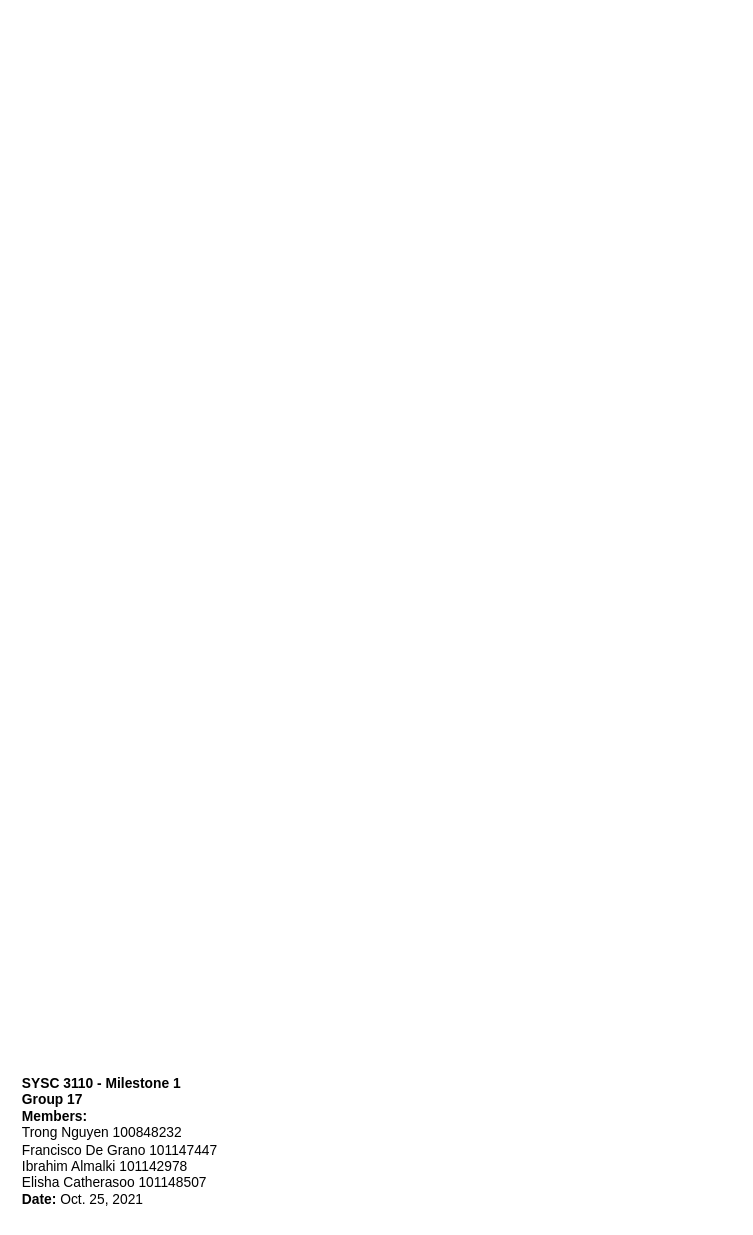
Earlier version of the draw.io diagram page "SequenceUML_2" (3 of 5) of M1_ClassUML.drawio (trong0dn/monopoly). Source tidied: cells renumbered, new cells numbered last; positions are measured from the earlier drawing's top-left corner, leaving out a move shared by most shapes. Both pictures are drawn from the tidied source at 115%, with x=0, y=0 at pixel (20, 1066).
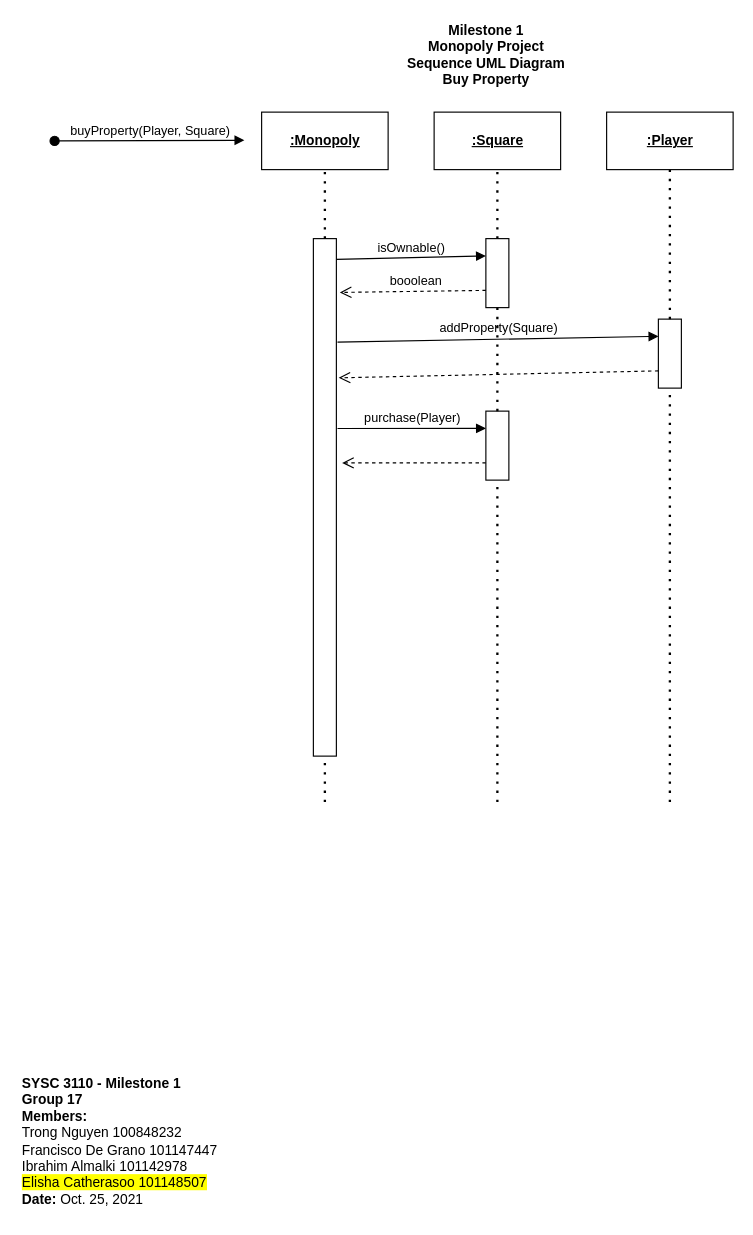
Above is the later version.

What changed in the source:
```diff
@@
-    <mxCell id="2" value="&lt;b&gt;SYSC 3110 - Milestone 1&lt;/b&gt;&lt;br&gt;&lt;b&gt;Group 17&lt;/b&gt;&lt;br&gt;&lt;b&gt;Members:&lt;/b&gt;&lt;br&gt;Trong Nguyen 100848232 &lt;br&gt;Francisco De Grano 101147447 &lt;br&gt;Ibrahim Almalki 101142978 &lt;br&gt;Elisha Catherasoo 101148507&lt;br&gt;&lt;b&gt;Date: &lt;/b&gt;Oct. 25, 2021" style="text;html=1;strokeColor=none;fillColor=none;align=left;verticalAlign=middle;whiteSpace=wrap;rounded=0;" parent="1" vertex="1">
+    <mxCell id="2" value="&lt;b&gt;SYSC 3110 - Milestone 1&lt;/b&gt;&lt;br&gt;&lt;b&gt;Group 17&lt;/b&gt;&lt;br&gt;&lt;b&gt;Members:&lt;/b&gt;&lt;br&gt;Trong Nguyen 100848232 &lt;br&gt;Francisco De Grano 101147447 &lt;br&gt;Ibrahim Almalki 101142978 &lt;br&gt;&lt;span style=&quot;background-color: rgb(255 , 255 , 0)&quot;&gt;Elisha Catherasoo 101148507&lt;/span&gt;&lt;br&gt;&lt;b&gt;Date: &lt;/b&gt;Oct. 25, 2021" style="text;html=1;strokeColor=none;fillColor=none;align=left;verticalAlign=middle;whiteSpace=wrap;rounded=0;" parent="1" vertex="1">
       <mxGeometry width="200" height="130" as="geometry" />
     </mxCell>
+    <mxCell id="3" value="&lt;b&gt;Milestone 1&lt;br&gt;Monopoly Project&lt;br&gt;Sequence UML Diagram&lt;br&gt;Buy Property&lt;br&gt;&lt;/b&gt;" style="text;html=1;align=center;verticalAlign=middle;strokeColor=none;fillColor=none;" parent="1" vertex="1">
+      <mxGeometry x="330" y="-910" width="150" height="60" as="geometry" />
+    </mxCell>
+    <mxCell id="4" value="&lt;b&gt;&lt;u&gt;:Monopoly&lt;/u&gt;&lt;/b&gt;" style="html=1;align=center;" parent="1" vertex="1">
+      <mxGeometry x="210" y="-830" width="110" height="50" as="geometry" />
+    </mxCell>
+    <mxCell id="5" value=":Square" style="html=1;align=center;fontStyle=5;" parent="1" vertex="1">
+      <mxGeometry x="360" y="-830" width="110" height="50" as="geometry" />
+    </mxCell>
+    <mxCell id="6" style="edgeStyle=orthogonalEdgeStyle;rounded=0;jettySize=auto;html=1;strokeColor=none;dashed=1;" parent="1" edge="1" source="7" target="10">
+      <mxGeometry relative="1" as="geometry" />
+    </mxCell>
+    <mxCell id="7" value="&lt;u&gt;&lt;b&gt;:Player&lt;/b&gt;&lt;/u&gt;" style="html=1;align=center;" parent="1" vertex="1">
+      <mxGeometry x="510" y="-830" width="110" height="50" as="geometry" />
+    </mxCell>
+    <mxCell id="8" style="rounded=0;whiteSpace=wrap;html=1;align=left;" parent="1" vertex="1">
+      <mxGeometry x="255" y="-720" width="20" height="450" as="geometry" />
+    </mxCell>
+    <mxCell id="9" value="buyProperty(Player, Square)" style="html=1;verticalAlign=bottom;startArrow=oval;startFill=1;endArrow=block;startSize=8;rounded=0;" parent="1" edge="1">
+      <mxGeometry relative="1" as="geometry">
+        <mxPoint x="30" y="-805" as="sourcePoint" />
+        <mxPoint x="195" y="-805.5" as="targetPoint" />
+      </mxGeometry>
+    </mxCell>
+    <mxCell id="10" style="rounded=0;whiteSpace=wrap;html=1;align=left;" parent="1" vertex="1">
+      <mxGeometry x="555" y="-650" width="20" height="60" as="geometry" />
+    </mxCell>
+    <mxCell id="11" value="addProperty(Square)" style="html=1;verticalAlign=bottom;endArrow=block;rounded=0;entryX=0;entryY=0.25;entryDx=0;entryDy=0;exitX=1.05;exitY=0.2;exitDx=0;exitDy=0;exitPerimeter=0;" parent="1" edge="1" source="8" target="10">
+      <mxGeometry relative="1" as="geometry" />
+    </mxCell>
+    <mxCell id="12" value="&lt;div align=&quot;center&quot;&gt;&lt;br&gt;&lt;/div&gt;" style="html=1;verticalAlign=bottom;endArrow=open;dashed=1;endSize=8;rounded=0;align=left;exitX=0;exitY=0.75;exitDx=0;exitDy=0;entryX=1.1;entryY=0.269;entryDx=0;entryDy=0;entryPerimeter=0;" parent="1" edge="1" source="10" target="8">
+      <mxGeometry relative="1" as="geometry" />
+    </mxCell>
+    <mxCell id="13" style="endArrow=none;dashed=1;html=1;dashPattern=1 3;strokeWidth=2;rounded=0;entryX=0.5;entryY=1;entryDx=0;entryDy=0;" parent="1" edge="1" target="7">
+      <mxGeometry relative="1" as="geometry">
+        <mxPoint x="565" y="-650" as="sourcePoint" />
+      </mxGeometry>
+    </mxCell>
+    <mxCell id="14" style="endArrow=none;dashed=1;html=1;dashPattern=1 3;strokeWidth=2;rounded=0;exitX=0.5;exitY=0;exitDx=0;exitDy=0;entryX=0.5;entryY=1;entryDx=0;entryDy=0;" parent="1" edge="1" source="8" target="4">
+      <mxGeometry relative="1" as="geometry" />
+    </mxCell>
+    <mxCell id="15" style="endArrow=none;dashed=1;html=1;dashPattern=1 3;strokeWidth=2;rounded=0;exitX=0.5;exitY=0;exitDx=0;exitDy=0;entryX=0.5;entryY=1;entryDx=0;entryDy=0;" parent="1" edge="1" source="19" target="5">
+      <mxGeometry relative="1" as="geometry" />
+    </mxCell>
+    <mxCell id="16" value="purchase(Player)" style="html=1;verticalAlign=bottom;endArrow=block;rounded=0;entryX=0;entryY=0.25;entryDx=0;entryDy=0;exitX=1.05;exitY=0.367;exitDx=0;exitDy=0;exitPerimeter=0;" parent="1" edge="1" source="8" target="18">
+      <mxGeometry relative="1" as="geometry" />
+    </mxCell>
+    <mxCell id="17" value="&lt;div align=&quot;center&quot;&gt;&lt;br&gt;&lt;/div&gt;" style="html=1;verticalAlign=bottom;endArrow=open;dashed=1;endSize=8;rounded=0;align=left;exitX=0;exitY=0.75;exitDx=0;exitDy=0;" parent="1" edge="1" source="18">
+      <mxGeometry relative="1" as="geometry">
+        <mxPoint x="280" y="-525" as="targetPoint" />
+      </mxGeometry>
+    </mxCell>
+    <mxCell id="18" style="rounded=0;whiteSpace=wrap;html=1;align=left;" parent="1" vertex="1">
+      <mxGeometry x="405" y="-570" width="20" height="60" as="geometry" />
+    </mxCell>
+    <mxCell id="19" style="rounded=0;whiteSpace=wrap;html=1;align=left;" parent="1" vertex="1">
+      <mxGeometry x="405" y="-720" width="20" height="60" as="geometry" />
+    </mxCell>
+    <mxCell id="20" style="endArrow=none;dashed=1;html=1;dashPattern=1 3;strokeWidth=2;rounded=0;exitX=0.5;exitY=0;exitDx=0;exitDy=0;entryX=0.5;entryY=1;entryDx=0;entryDy=0;" parent="1" edge="1" source="18" target="19">
+      <mxGeometry relative="1" as="geometry" />
+    </mxCell>
+    <mxCell id="21" style="endArrow=none;dashed=1;html=1;dashPattern=1 3;strokeWidth=2;rounded=0;entryX=0.5;entryY=1;entryDx=0;entryDy=0;" parent="1" edge="1" target="18">
+      <mxGeometry relative="1" as="geometry">
+        <mxPoint x="415" y="-230" as="sourcePoint" />
+      </mxGeometry>
+    </mxCell>
+    <mxCell id="22" style="endArrow=none;dashed=1;html=1;dashPattern=1 3;strokeWidth=2;rounded=0;entryX=0.5;entryY=1;entryDx=0;entryDy=0;" parent="1" edge="1" target="8">
+      <mxGeometry relative="1" as="geometry">
+        <mxPoint x="265" y="-230" as="sourcePoint" />
+      </mxGeometry>
+    </mxCell>
+    <mxCell id="23" value="isOwnable()" style="html=1;verticalAlign=bottom;endArrow=block;rounded=0;entryX=0;entryY=0.25;entryDx=0;entryDy=0;exitX=1;exitY=0.04;exitDx=0;exitDy=0;exitPerimeter=0;" parent="1" edge="1" source="8" target="19">
+      <mxGeometry relative="1" as="geometry" />
+    </mxCell>
+    <mxCell id="24" value="&lt;div align=&quot;center&quot;&gt;booolean&lt;/div&gt;" style="html=1;verticalAlign=bottom;endArrow=open;dashed=1;endSize=8;rounded=0;exitX=0;exitY=0.75;exitDx=0;exitDy=0;entryX=1.15;entryY=0.104;entryDx=0;entryDy=0;entryPerimeter=0;align=center;" parent="1" edge="1" source="19" target="8">
+      <mxGeometry x="-0.04" relative="1" as="geometry" />
+    </mxCell>
+    <mxCell id="25" style="endArrow=none;dashed=1;html=1;dashPattern=1 3;strokeWidth=2;rounded=0;entryX=0.5;entryY=1;entryDx=0;entryDy=0;" parent="1" edge="1" target="10">
+      <mxGeometry relative="1" as="geometry">
+        <mxPoint x="565" y="-230" as="sourcePoint" />
+      </mxGeometry>
+    </mxCell>
```
